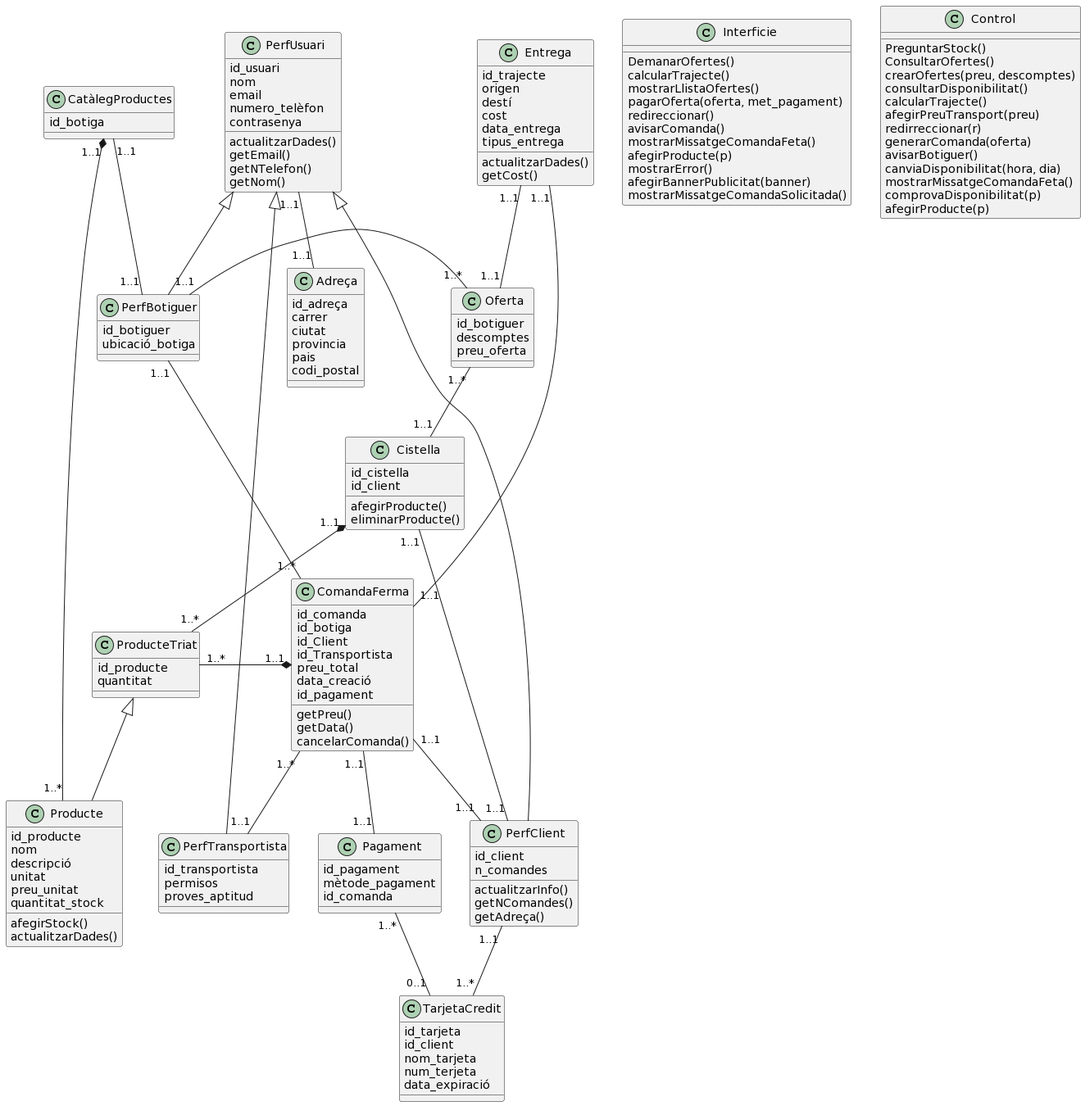
Before: diagrams/sprint3_diag_classes.png, a diagram exported from PlantUML (yeray142/es2022uab).
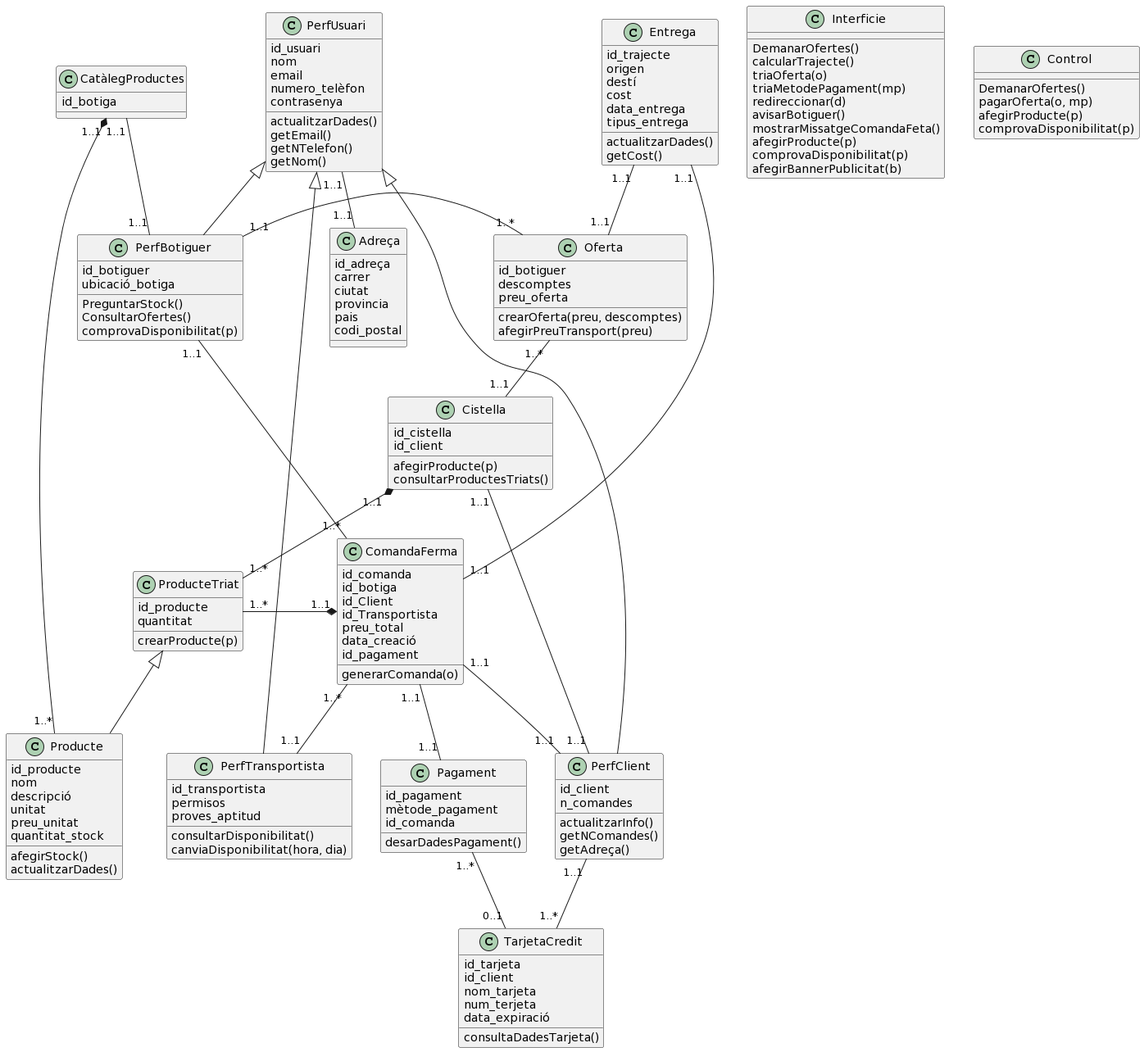
Above is the later version.

Commit message:
Actualització diagrama de classes

Diff of the diagram source:
```diff
@@ -22,12 +22,17 @@
 class PerfBotiguer {
 id_botiguer
 ubicació_botiga
+PreguntarStock()
+ConsultarOfertes()
+comprovaDisponibilitat(p)
 }
 
 class PerfTransportista {
 id_transportista
 permisos
 proves_aptitud
+consultarDisponibilitat()
+canviaDisponibilitat(hora, dia)
 }
 
 class Adreça {
@@ -49,6 +54,8 @@
 id_botiguer
 descomptes
 preu_oferta
+crearOferta(preu, descomptes)
+afegirPreuTransport(preu)
 }
 
 class ComandaFerma {
@@ -59,9 +66,7 @@
 preu_total
 data_creació
 id_pagament
-getPreu()
-getData()
-cancelarComanda()
+generarComanda(o)
 }
 
 ComandaFerma "1..1"--"1..1" PerfClient
@@ -71,8 +76,8 @@
 class Cistella {
 id_cistella
 id_client
-afegirProducte()
-eliminarProducte()
+afegirProducte(p)
+consultarProductesTriats()
 }
 
 Cistella "1..1"--"1..1" PerfClient
@@ -80,6 +85,7 @@
 class ProducteTriat {
 id_producte
 quantitat
+crearProducte(p)
 }
 
 class Producte {
@@ -125,6 +131,7 @@
 id_pagament
 mètode_pagament
 id_comanda
+desarDadesPagament()
 }
 
 class TarjetaCredit {
@@ -133,6 +140,7 @@
 nom_tarjeta
 num_terjeta
 data_expiració
+consultaDadesTarjeta()
 }
 
 Pagament "1..*"--"0..1" TarjetaCredit
@@ -142,30 +150,20 @@
 class Interficie {
 DemanarOfertes()
 calcularTrajecte()
-mostrarLlistaOfertes()
-pagarOferta(oferta, met_pagament)
-redireccionar()
-avisarComanda()
+triaOferta(o)
+triaMetodePagament(mp)
+redireccionar(d)
+avisarBotiguer()
 mostrarMissatgeComandaFeta()
 afegirProducte(p)
-mostrarError()
-afegirBannerPublicitat(banner)
-mostrarMissatgeComandaSolicitada()
+comprovaDisponibilitat(p)
+afegirBannerPublicitat(b)
 }
 
 class Control {
-PreguntarStock()
-ConsultarOfertes()
-crearOfertes(preu, descomptes)
-consultarDisponibilitat()
-calcularTrajecte()
-afegirPreuTransport(preu)
-redirreccionar(r)
-generarComanda(oferta)
-avisarBotiguer()
-canviaDisponibilitat(hora, dia)
-mostrarMissatgeComandaFeta()
+DemanarOfertes()
+pagarOferta(o, mp)
+afegirProducte(p)
 comprovaDisponibilitat(p)
-afegirProducte(p)
 }
 @enduml
```
